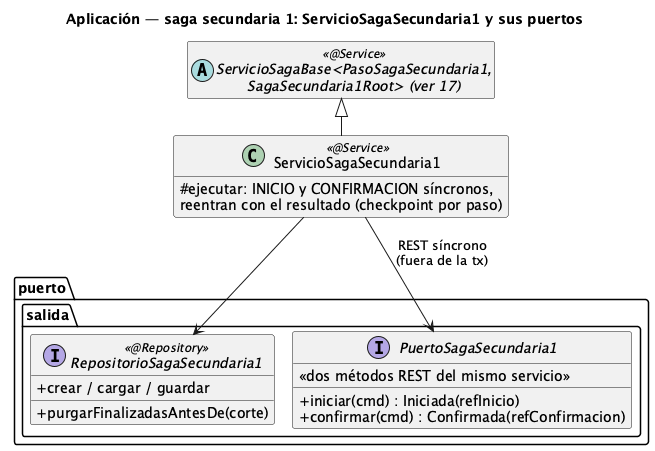
Before: order-manager/docs/19-clases-aplicacion-saga-secundaria1.png, a diagram exported from PlantUML (ralcazar/patrones).
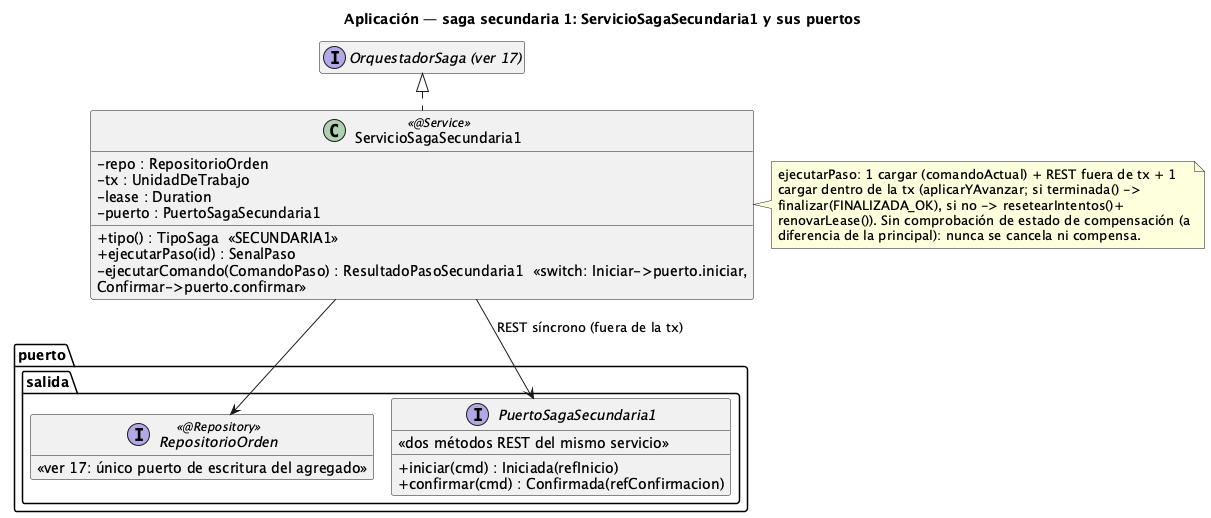
After the commit.

The edit, as a diff of the source:
```diff
@@ -4,16 +4,28 @@
 hide empty members
 skinparam classAttributeIconSize 0
 
-abstract class "ServicioSagaBase<PasoSagaSecundaria1,\nSagaSecundaria1Root> (ver 17)" as Base <<@Service>>
+interface "OrquestadorSaga (ver 17)" as Base
 
 class ServicioSagaSecundaria1 <<@Service>> {
-  #ejecutar: INICIO y CONFIRMACION síncronos,\nreentran con el resultado (checkpoint por paso)
+  -repo : RepositorioOrden
+  -tx : UnidadDeTrabajo
+  -lease : Duration
+  -puerto : PuertoSagaSecundaria1
+  +tipo() : TipoSaga  «SECUNDARIA1»
+  +ejecutarPaso(id) : SenalPaso
+  -ejecutarComando(ComandoPaso) : ResultadoPasoSecundaria1  «switch: Iniciar->puerto.iniciar,\nConfirmar->puerto.confirmar»
 }
+note right of ServicioSagaSecundaria1
+  ejecutarPaso: 1 cargar (comandoActual) + REST fuera de tx + 1
+  cargar dentro de la tx (aplicarYAvanzar; si terminada() ->
+  finalizar(FINALIZADA_OK), si no -> resetearIntentos()+
+  renovarLease()). Sin comprobación de estado de compensación (a
+  diferencia de la principal): nunca se cancela ni compensa.
+end note
 
 package "puerto.salida" {
-  interface RepositorioSagaSecundaria1 <<@Repository>> {
-    +crear / cargar / guardar
-    +purgarFinalizadasAntesDe(corte)
+  interface RepositorioOrden <<@Repository>> {
+    «ver 17: único puerto de escritura del agregado»
   }
   interface PuertoSagaSecundaria1 {
     +iniciar(cmd) : Iniciada(refInicio)
@@ -22,7 +34,7 @@
   }
 }
 
-Base <|-down- ServicioSagaSecundaria1
-ServicioSagaSecundaria1 --> RepositorioSagaSecundaria1
-ServicioSagaSecundaria1 --> PuertoSagaSecundaria1 : REST síncrono\n(fuera de la tx)
+Base <|.. ServicioSagaSecundaria1
+ServicioSagaSecundaria1 --> RepositorioOrden
+ServicioSagaSecundaria1 --> PuertoSagaSecundaria1 : REST síncrono (fuera de la tx)
 @enduml
```
